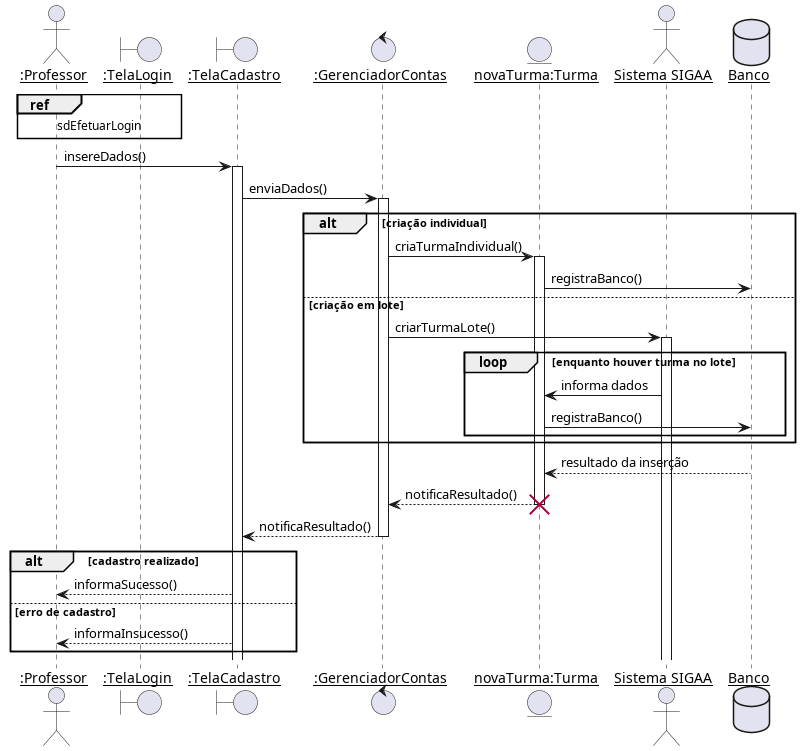
This is diagramas/sequencia/manter_turma.png from Pedro-V/projetorium, a PlantUML export, as it was before one commit.
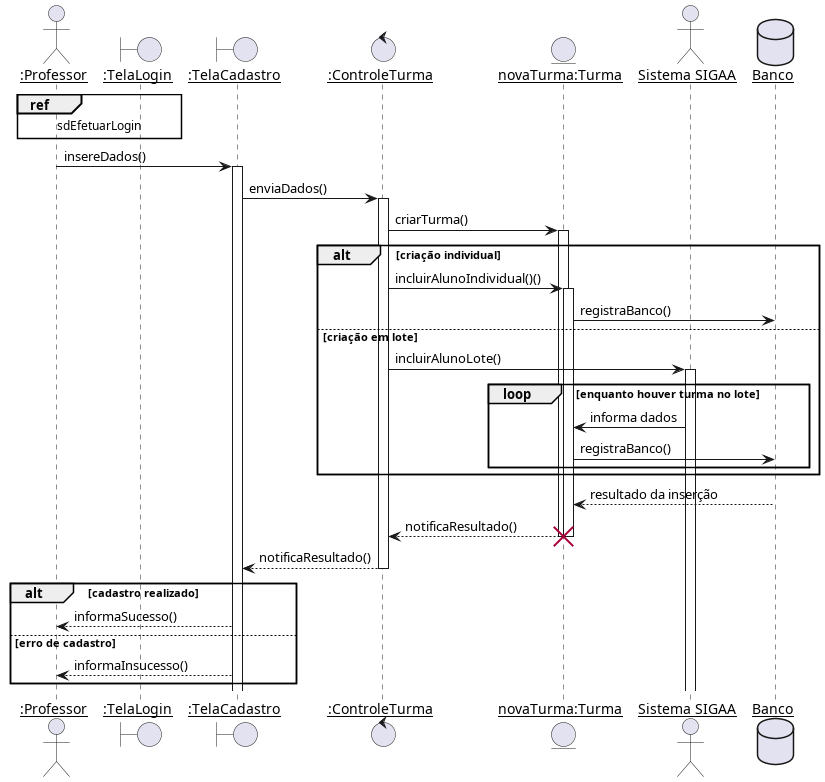
After the change.

Diff of the diagram source:
```diff
@@ -4,28 +4,29 @@
 actor ":Professor"  as Professor
 boundary ":TelaLogin"   as TelaLogin
 boundary ":TelaCadastro"    as TelaCadastro
-control ":GerenciadorContas" as GerenciadorContas
+control ":ControleTurma" as ControleTurma
 entity "novaTurma:Turma" as novaTurma
 actor "Sistema SIGAA" as SIGAA
 database Banco
 
 ref over Professor, TelaLogin : sdEfetuarLogin
 Professor -> TelaCadastro ++: insereDados()
-TelaCadastro -> GerenciadorContas ++: enviaDados()
+TelaCadastro -> ControleTurma ++: enviaDados()
+ControleTurma -> novaTurma ++: criarTurma()
 alt criação individual
-    GerenciadorContas -> novaTurma ++: criaTurmaIndividual()
+    ControleTurma -> novaTurma ++: incluirAlunoIndividual()()
     novaTurma -> Banco : registraBanco()
 else criação em lote
-    GerenciadorContas -> SIGAA ++: criarTurmaLote()
+    ControleTurma -> SIGAA ++: incluirAlunoLote()
     loop enquanto houver turma no lote
         SIGAA -> novaTurma : informa dados
         novaTurma -> Banco : registraBanco()
     end
 end
 Banco --> novaTurma : resultado da inserção
-novaTurma --> GerenciadorContas --: notificaResultado()
+novaTurma --> ControleTurma --: notificaResultado()
 destroy novaTurma
-GerenciadorContas --> TelaCadastro --: notificaResultado()
+ControleTurma --> TelaCadastro --: notificaResultado()
 
 alt cadastro realizado
     TelaCadastro --> Professor : informaSucesso()
```
